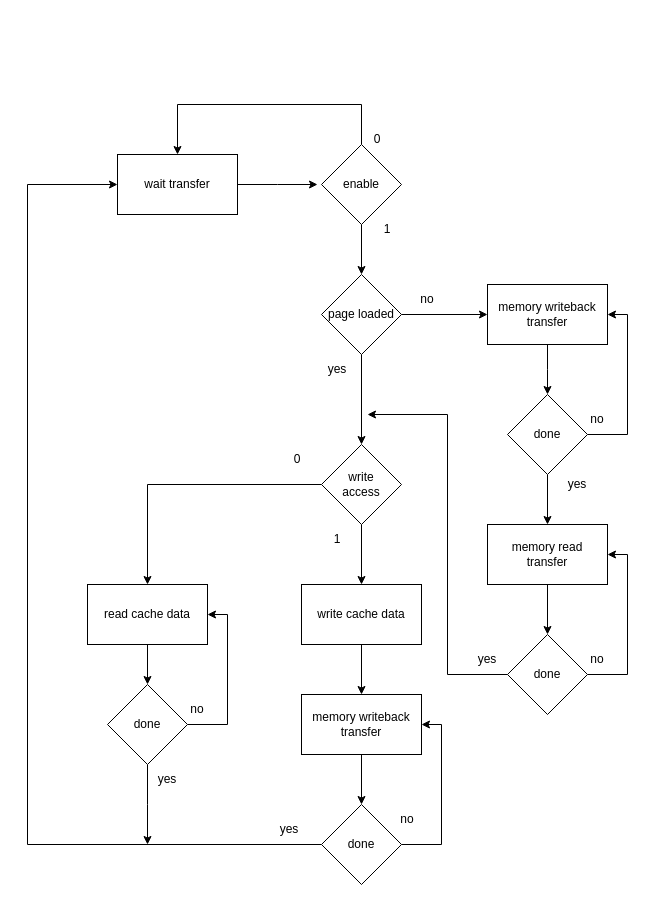
Before: diagrams/cache.drawio in vittorio01/CustomCPU, a draw.io diagram. Source tidied: cells renumbered, new cells numbered last; positions are measured from the earlier drawing's top-left corner, leaving out a move shared by most shapes. Both pictures are drawn from the tidied source at 100%, with x=0, y=0 at pixel (27, 104).
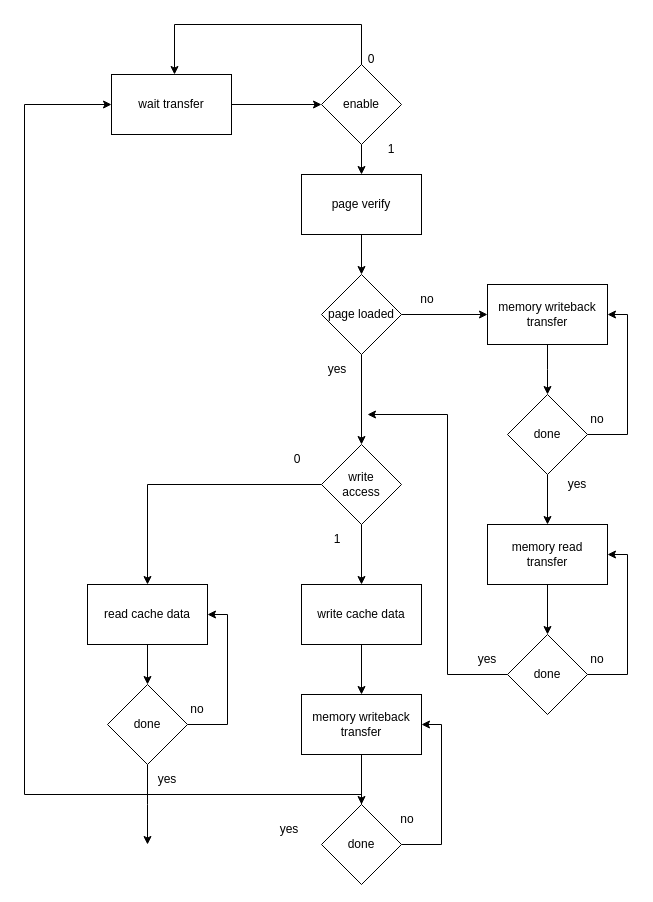
The same diagram, later.

Unchanged cells that the change refers to:
```xml
<mxCell id="9" value="page loaded" style="rhombus;whiteSpace=wrap;html=1;" parent="1" vertex="1">
  <mxGeometry x="294" y="170" width="80" height="80" as="geometry" />
</mxCell>
<mxCell id="31" value="done" style="rhombus;whiteSpace=wrap;html=1;" parent="1" vertex="1">
  <mxGeometry x="294" y="700" width="80" height="80" as="geometry" />
</mxCell>
```

Diff of the diagram source:
```diff
@@
-    <mxCell id="2" style="edgeStyle=orthogonalEdgeStyle;rounded=0;jettySize=auto;html=1;" parent="1" edge="1" source="3">
-      <mxGeometry relative="1" as="geometry">
-        <mxPoint x="290" y="80" as="targetPoint" />
-      </mxGeometry>
+    <mxCell id="2" style="edgeStyle=orthogonalEdgeStyle;rounded=0;jettySize=auto;html=1;entryX=0;entryY=0.5;entryDx=0;entryDy=0;" parent="1" edge="1" source="3" target="6">
+      <mxGeometry relative="1" as="geometry" />
     </mxCell>
     <mxCell id="3" value="wait transfer" style="rounded=0;whiteSpace=wrap;html=1;" parent="1" vertex="1">
-      <mxGeometry x="90" y="50" width="120" height="60" as="geometry" />
+      <mxGeometry x="84" y="-30" width="120" height="60" as="geometry" />
     </mxCell>
-    <mxCell id="4" style="edgeStyle=orthogonalEdgeStyle;rounded=0;jettySize=auto;html=1;entryX=0.5;entryY=0;entryDx=0;entryDy=0;" parent="1" edge="1" source="6" target="3">
+    <mxCell id="4" style="edgeStyle=orthogonalEdgeStyle;rounded=0;orthogonalLoop=1;jettySize=auto;html=1;entryX=0.5;entryY=0;entryDx=0;entryDy=0;" parent="1" edge="1">
       <mxGeometry relative="1" as="geometry">
+        <mxPoint x="334" y="-37" as="sourcePoint" />
+        <mxPoint x="147" y="-30" as="targetPoint" />
         <Array as="points">
-          <mxPoint x="334" />
-          <mxPoint x="150" />
+          <mxPoint x="334" y="-80" />
+          <mxPoint x="147" y="-80" />
         </Array>
       </mxGeometry>
     </mxCell>
-    <mxCell id="5" style="edgeStyle=orthogonalEdgeStyle;rounded=0;jettySize=auto;html=1;" parent="1" edge="1" source="6" target="9">
-      <mxGeometry relative="1" as="geometry" />
-    </mxCell>
+    <mxCell id="49" style="edgeStyle=orthogonalEdgeStyle;rounded=0;jettySize=auto;html=1;" parent="1" edge="1" source="6" target="51">
+      <mxGeometry relative="1" as="geometry" />
+    </mxCell>
     <mxCell id="6" value="enable" style="rhombus;whiteSpace=wrap;html=1;" parent="1" vertex="1">
-      <mxGeometry x="294" y="40" width="80" height="80" as="geometry" />
+      <mxGeometry x="294" y="-40" width="80" height="80" as="geometry" />
     </mxCell>
@@
     <mxCell id="30" style="edgeStyle=orthogonalEdgeStyle;rounded=0;jettySize=auto;html=1;" parent="1" edge="1" source="31" target="3">
       <mxGeometry relative="1" as="geometry">
         <Array as="points">
-          <mxPoint y="740" />
-          <mxPoint y="80" />
+          <mxPoint x="334" y="690" />
+          <mxPoint x="-3" y="690" />
+          <mxPoint x="-3" />
         </Array>
       </mxGeometry>
     </mxCell>
@@
     <mxCell id="47" value="1" style="text;html=1;strokeColor=none;fillColor=none;align=center;verticalAlign=middle;whiteSpace=wrap;rounded=0;" parent="1" vertex="1">
-      <mxGeometry x="330" y="110" width="60" height="30" as="geometry" />
+      <mxGeometry x="334" y="30" width="60" height="30" as="geometry" />
     </mxCell>
     <mxCell id="48" value="0" style="text;html=1;strokeColor=none;fillColor=none;align=center;verticalAlign=middle;whiteSpace=wrap;rounded=0;" parent="1" vertex="1">
-      <mxGeometry x="320" y="20" width="60" height="30" as="geometry" />
+      <mxGeometry x="314" y="-60" width="60" height="30" as="geometry" />
     </mxCell>
+    <mxCell id="50" style="edgeStyle=orthogonalEdgeStyle;rounded=0;jettySize=auto;html=1;entryX=0.5;entryY=0;entryDx=0;entryDy=0;" parent="1" edge="1" source="51" target="9">
+      <mxGeometry relative="1" as="geometry" />
+    </mxCell>
+    <mxCell id="51" value="page verify" style="rounded=0;whiteSpace=wrap;html=1;" parent="1" vertex="1">
+      <mxGeometry x="274" y="70" width="120" height="60" as="geometry" />
+    </mxCell>
```
